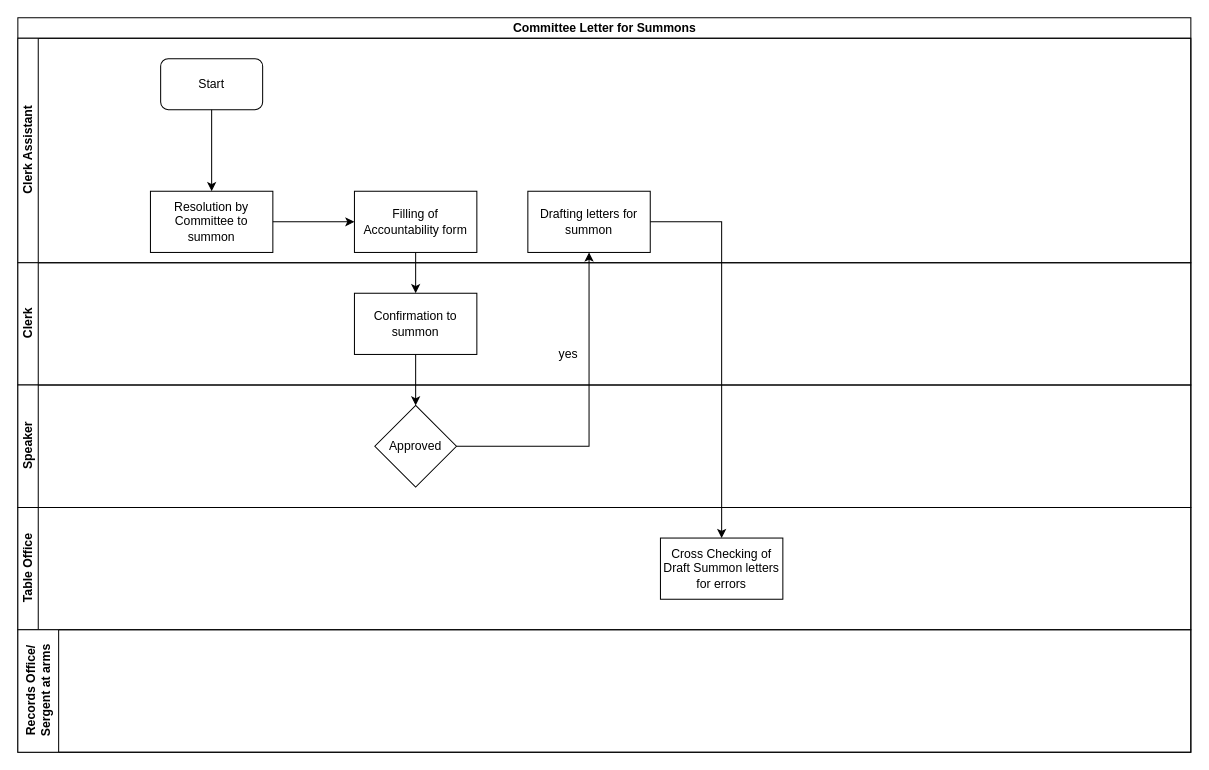
Earlier version of the draw.io diagram Committees Letters for Summons.drawio (kmagua/flowcharts). Source tidied: cells renumbered, new cells numbered last; positions are measured from the earlier drawing's top-left corner, leaving out a move shared by most shapes. Both pictures are drawn from the tidied source at 102%, with x=0, y=0 at pixel (17, 17).
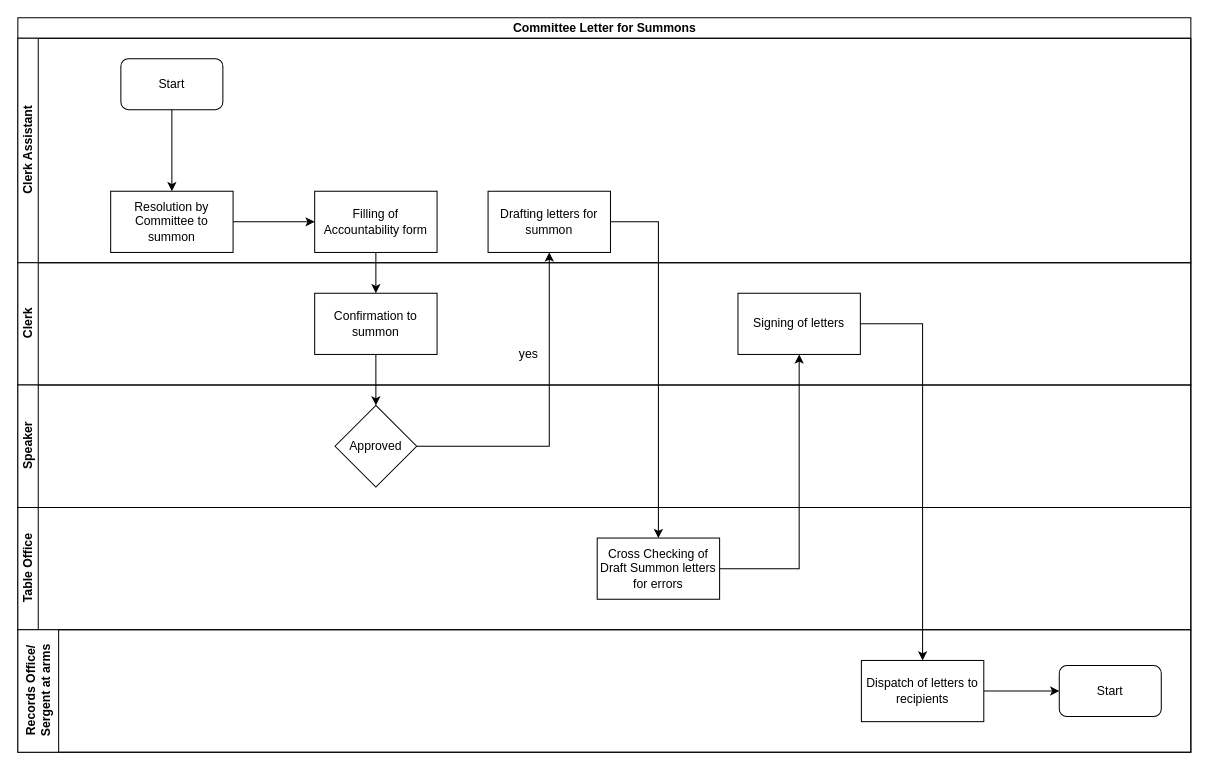
The same page after the edit.

The change refers to these unchanged cells:
```xml
<mxCell id="2" value="Committee Letter for Summons" style="swimlane;html=1;horizontal=1;startSize=20;" parent="1" vertex="1">
  <mxGeometry width="1150" height="720" as="geometry" />
</mxCell>
<mxCell id="3" value="Clerk Assistant" style="swimlane;html=1;startSize=20;horizontal=0;" parent="2" vertex="1">
  <mxGeometry y="20" width="1150" height="220" as="geometry" />
</mxCell>
<mxCell id="8" value="Clerk" style="swimlane;html=1;startSize=20;horizontal=0;" parent="2" vertex="1">
  <mxGeometry y="240" width="1150" height="120" as="geometry" />
</mxCell>
<mxCell id="11" value="Speaker" style="swimlane;html=1;startSize=20;horizontal=0;" parent="2" vertex="1">
  <mxGeometry y="360" width="1150" height="120" as="geometry" />
</mxCell>
<mxCell id="13" value="Table Office" style="swimlane;html=1;startSize=20;horizontal=0;" parent="2" vertex="1">
  <mxGeometry y="480" width="1150" height="120" as="geometry" />
</mxCell>
<mxCell id="15" value="&lt;div&gt;Records Office/ &lt;br&gt;&lt;/div&gt;&lt;div&gt;Sergent at arms&lt;/div&gt;" style="swimlane;html=1;startSize=40;horizontal=0;" parent="2" vertex="1">
  <mxGeometry y="600" width="1150" height="120" as="geometry" />
</mxCell>
```

What changed in the source:
```diff
@@
     <mxCell id="4" value="Start" style="rounded=1;whiteSpace=wrap;html=1;" parent="3" vertex="1">
-      <mxGeometry x="140" y="20" width="100" height="50" as="geometry" />
+      <mxGeometry x="101" y="20" width="100" height="50" as="geometry" />
     </mxCell>
     <mxCell id="5" value="Resolution by Committee to summon" style="rounded=0;whiteSpace=wrap;html=1;" parent="3" vertex="1">
-      <mxGeometry x="130" y="150" width="120" height="60" as="geometry" />
+      <mxGeometry x="91" y="150" width="120" height="60" as="geometry" />
     </mxCell>
@@
     <mxCell id="7" value="Drafting letters for summon" style="whiteSpace=wrap;html=1;rounded=0;" parent="3" vertex="1">
-      <mxGeometry x="500" y="150" width="120" height="60" as="geometry" />
+      <mxGeometry x="461" y="150" width="120" height="60" as="geometry" />
     </mxCell>
@@
+    <mxCell id="22" value="Signing of letters" style="whiteSpace=wrap;html=1;rounded=0;" parent="8" vertex="1">
+      <mxGeometry x="706" y="30" width="120" height="60" as="geometry" />
+    </mxCell>
     <mxCell id="9" value="Confirmation to summon" style="whiteSpace=wrap;html=1;rounded=0;" parent="8" vertex="1">
-      <mxGeometry x="330" y="30" width="120" height="60" as="geometry" />
+      <mxGeometry x="291" y="30" width="120" height="60" as="geometry" />
     </mxCell>
     <mxCell id="10" value="yes" style="text;html=1;strokeColor=none;fillColor=none;align=center;verticalAlign=middle;whiteSpace=wrap;rounded=0;" parent="8" vertex="1">
-      <mxGeometry x="520" y="80" width="40" height="20" as="geometry" />
+      <mxGeometry x="481" y="80" width="40" height="20" as="geometry" />
     </mxCell>
@@
     <mxCell id="12" value="Approved" style="rhombus;whiteSpace=wrap;html=1;rounded=0;" parent="11" vertex="1">
-      <mxGeometry x="350" y="20" width="80" height="80" as="geometry" />
+      <mxGeometry x="311" y="20" width="80" height="80" as="geometry" />
     </mxCell>
@@
     <mxCell id="14" value="Cross Checking of Draft Summon letters for errors" style="whiteSpace=wrap;html=1;rounded=0;" parent="13" vertex="1">
-      <mxGeometry x="630" y="30" width="120" height="60" as="geometry" />
+      <mxGeometry x="568" y="30" width="120" height="60" as="geometry" />
     </mxCell>
@@
+    <mxCell id="23" value="Dispatch of letters to recipients" style="whiteSpace=wrap;html=1;rounded=0;" parent="15" vertex="1">
+      <mxGeometry x="827" y="30" width="120" height="60" as="geometry" />
+    </mxCell>
@@
     <mxCell id="18" style="edgeStyle=orthogonalEdgeStyle;rounded=0;jettySize=auto;html=1;" parent="2" edge="1" source="7" target="14">
-      <mxGeometry relative="1" as="geometry" />
+      <mxGeometry relative="1" as="geometry">
+        <Array as="points">
+          <mxPoint x="628" y="200" />
+        </Array>
+      </mxGeometry>
     </mxCell>
+    <mxCell id="24" style="edgeStyle=orthogonalEdgeStyle;rounded=0;jettySize=auto;html=1;" parent="2" edge="1" source="14" target="22">
+      <mxGeometry relative="1" as="geometry" />
+    </mxCell>
+    <mxCell id="25" style="edgeStyle=orthogonalEdgeStyle;rounded=0;jettySize=auto;html=1;entryX=0.5;entryY=0;entryDx=0;entryDy=0;" parent="2" edge="1" source="22" target="23">
+      <mxGeometry relative="1" as="geometry">
+        <Array as="points">
+          <mxPoint x="887" y="300" />
+        </Array>
+      </mxGeometry>
+    </mxCell>
@@
     <mxCell id="20" value="Filling of Accountability form" style="whiteSpace=wrap;html=1;rounded=0;" parent="1" vertex="1">
-      <mxGeometry x="330" y="170" width="120" height="60" as="geometry" />
+      <mxGeometry x="291" y="170" width="120" height="60" as="geometry" />
     </mxCell>
@@
+    <mxCell id="26" style="edgeStyle=orthogonalEdgeStyle;rounded=0;jettySize=auto;html=1;entryX=0;entryY=0.5;entryDx=0;entryDy=0;" parent="1" edge="1" source="23" target="27">
+      <mxGeometry relative="1" as="geometry" />
+    </mxCell>
+    <mxCell id="27" value="Start" style="rounded=1;whiteSpace=wrap;html=1;" parent="1" vertex="1">
+      <mxGeometry x="1021" y="635" width="100" height="50" as="geometry" />
+    </mxCell>
```
